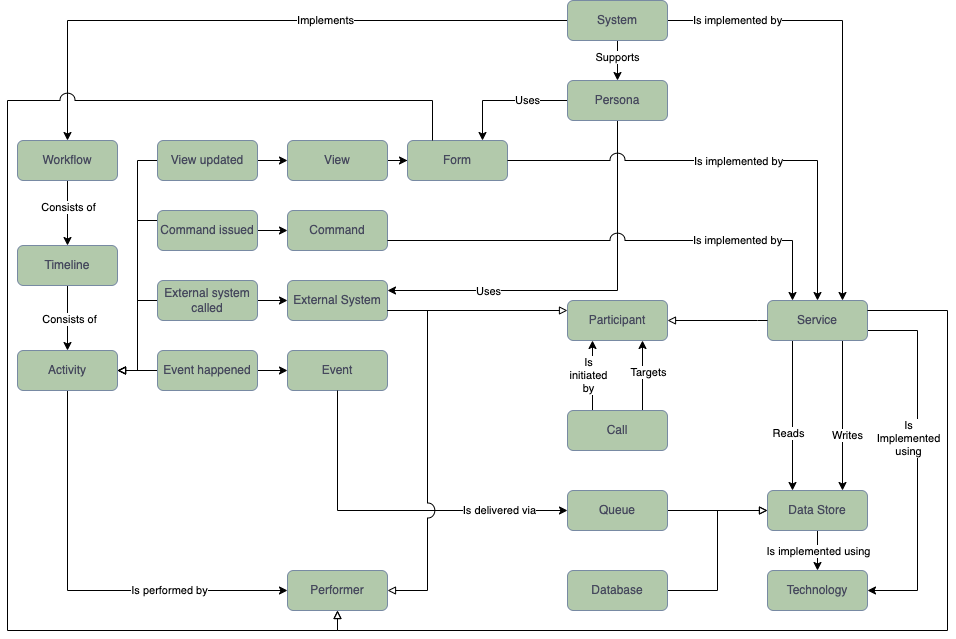
Above: model/model.png in RaySinnema/architecture-diagrams (draw.io), before the change. Source tidied: cells renumbered, new cells last; positions are measured from the earlier drawing's top-left corner, leaving out a move shared by most shapes.
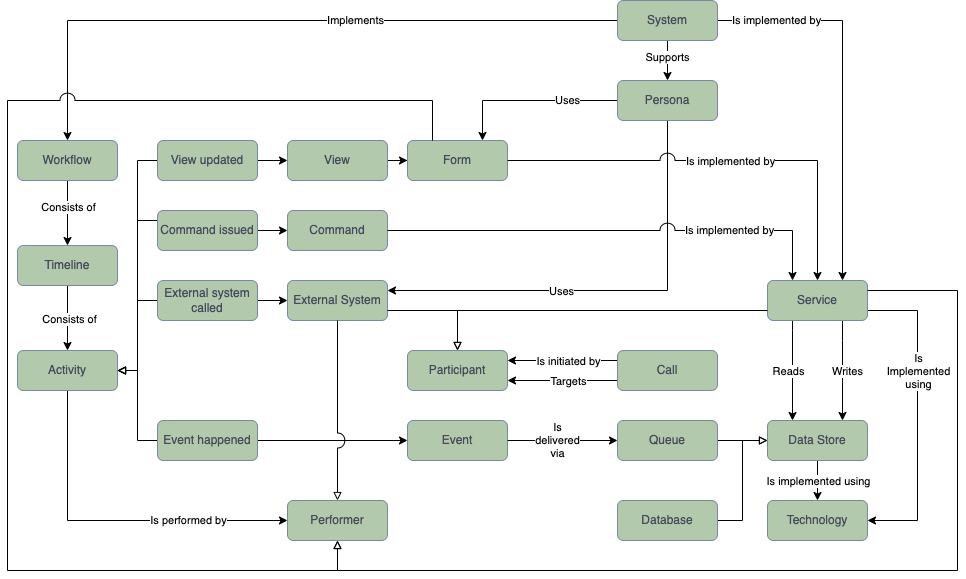
After the change.

Commit message:
Improve layout

Change to the diagram source:
```diff
@@ -33,7 +33,7 @@
       <mxGeometry x="-0.69" relative="1" as="geometry" />
     </mxCell>
     <mxCell id="9" value="System" style="whiteSpace=wrap;html=1;align=center;fillColor=#B2C9AB;strokeColor=#788AA3;fontColor=#46495D;rounded=1;" parent="1" vertex="1">
-      <mxGeometry x="560" width="100" height="40" as="geometry" />
+      <mxGeometry x="610" width="100" height="40" as="geometry" />
     </mxCell>
     <mxCell id="10" style="edgeStyle=orthogonalEdgeStyle;rounded=0;jettySize=auto;html=1;exitX=0.75;exitY=1;exitDx=0;exitDy=0;endArrow=classic;endFill=1;entryX=0.75;entryY=0;entryDx=0;entryDy=0;" parent="1" edge="1" source="16" target="60">
       <mxGeometry relative="1" as="geometry">
@@ -45,7 +45,7 @@
     </mxCell>
     <mxCell id="11" value="Writes" style="edgeLabel;html=1;align=center;verticalAlign=middle;" parent="10" vertex="1">
       <mxGeometry x="0.53" y="1" relative="1" as="geometry">
-        <mxPoint x="3" y="-21" as="offset" />
+        <mxPoint x="3" y="-27" as="offset" />
       </mxGeometry>
     </mxCell>
     <mxCell id="12" style="edgeStyle=orthogonalEdgeStyle;rounded=0;jettySize=auto;html=1;exitX=0.25;exitY=1;exitDx=0;exitDy=0;entryX=0.25;entryY=0;entryDx=0;entryDy=0;endArrow=classic;endFill=1;" parent="1" edge="1" source="16" target="60">
@@ -58,30 +58,30 @@
     </mxCell>
     <mxCell id="13" value="Reads" style="edgeLabel;html=1;align=center;verticalAlign=middle;" parent="12" vertex="1">
       <mxGeometry x="0.6" y="-1" relative="1" as="geometry">
-        <mxPoint x="-4" y="-24" as="offset" />
+        <mxPoint x="-4" y="-30" as="offset" />
       </mxGeometry>
     </mxCell>
     <mxCell id="14" style="edgeStyle=orthogonalEdgeStyle;rounded=0;jettySize=auto;html=1;exitX=1;exitY=0.75;exitDx=0;exitDy=0;entryX=1;entryY=0.5;entryDx=0;entryDy=0;endArrow=classic;endFill=1;" parent="1" edge="1" source="16" target="37">
       <mxGeometry relative="1" as="geometry">
         <Array as="points">
-          <mxPoint x="910" y="330" />
-          <mxPoint x="910" y="590" />
+          <mxPoint x="910" y="310" />
+          <mxPoint x="910" y="520" />
         </Array>
       </mxGeometry>
     </mxCell>
     <mxCell id="15" value="Is&lt;br&gt;Implemented&lt;br&gt;using" style="edgeLabel;html=1;align=center;verticalAlign=middle;" parent="14" vertex="1">
       <mxGeometry x="-0.16" y="2" relative="1" as="geometry">
-        <mxPoint x="-12" y="7" as="offset" />
+        <mxPoint x="-2" y="-20" as="offset" />
       </mxGeometry>
     </mxCell>
     <mxCell id="16" value="Service" style="whiteSpace=wrap;html=1;align=center;fillColor=#B2C9AB;strokeColor=#788AA3;fontColor=#46495D;rounded=1;" parent="1" vertex="1">
-      <mxGeometry x="760" y="300" width="100" height="40" as="geometry" />
+      <mxGeometry x="760" y="280" width="100" height="40" as="geometry" />
     </mxCell>
     <mxCell id="17" style="edgeStyle=orthogonalEdgeStyle;rounded=0;jumpStyle=arc;jumpSize=15;jettySize=auto;html=1;exitX=1;exitY=0.5;exitDx=0;exitDy=0;entryX=0;entryY=0.5;entryDx=0;entryDy=0;endArrow=block;endFill=0;" parent="1" edge="1" source="18" target="60">
       <mxGeometry relative="1" as="geometry" />
     </mxCell>
     <mxCell id="18" value="Queue" style="whiteSpace=wrap;html=1;align=center;fillColor=#B2C9AB;strokeColor=#788AA3;fontColor=#46495D;rounded=1;" parent="1" vertex="1">
-      <mxGeometry x="560" y="490" width="100" height="40" as="geometry" />
+      <mxGeometry x="610" y="420" width="100" height="40" as="geometry" />
     </mxCell>
     <mxCell id="19" style="edgeStyle=orthogonalEdgeStyle;rounded=0;jumpStyle=arc;jumpSize=15;jettySize=auto;html=1;exitX=0.5;exitY=1;exitDx=0;exitDy=0;entryX=0.5;entryY=0;entryDx=0;entryDy=0;endArrow=classic;endFill=1;" parent="1" edge="1" source="60" target="37">
       <mxGeometry relative="1" as="geometry" />
@@ -95,7 +95,7 @@
       <mxGeometry relative="1" as="geometry" />
     </mxCell>
     <mxCell id="22" value="Database" style="whiteSpace=wrap;html=1;align=center;fillColor=#B2C9AB;strokeColor=#788AA3;fontColor=#46495D;rounded=1;" parent="1" vertex="1">
-      <mxGeometry x="560" y="570" width="100" height="40" as="geometry" />
+      <mxGeometry x="610" y="500" width="100" height="40" as="geometry" />
     </mxCell>
     <mxCell id="23" style="edgeStyle=orthogonalEdgeStyle;rounded=0;jettySize=auto;html=1;exitX=0.5;exitY=1;exitDx=0;exitDy=0;" parent="1" edge="1" source="25" target="28">
       <mxGeometry relative="1" as="geometry" />
@@ -124,29 +124,29 @@
     <mxCell id="31" style="edgeStyle=orthogonalEdgeStyle;rounded=0;jettySize=auto;html=1;exitX=0.5;exitY=1;exitDx=0;exitDy=0;entryX=1;entryY=0.25;entryDx=0;entryDy=0;endArrow=classic;endFill=1;" parent="1" edge="1" source="34" target="35">
       <mxGeometry relative="1" as="geometry">
         <Array as="points">
-          <mxPoint x="610" y="290" />
+          <mxPoint x="660" y="290" />
         </Array>
       </mxGeometry>
     </mxCell>
     <mxCell id="32" value="Uses" style="edgeLabel;html=1;align=center;verticalAlign=middle;" parent="31" vertex="1">
       <mxGeometry x="-0.13" y="2" relative="1" as="geometry">
-        <mxPoint x="-126" y="-2" as="offset" />
+        <mxPoint x="-81" y="-2" as="offset" />
       </mxGeometry>
     </mxCell>
     <mxCell id="33" value="Uses" style="edgeStyle=orthogonalEdgeStyle;rounded=0;jettySize=auto;html=1;exitX=0;exitY=0.5;exitDx=0;exitDy=0;entryX=0.75;entryY=0;entryDx=0;entryDy=0;endArrow=classic;endFill=1;" parent="1" edge="1" source="34" target="5">
-      <mxGeometry x="-0.36" relative="1" as="geometry" />
+      <mxGeometry x="-0.43" relative="1" as="geometry" />
     </mxCell>
     <mxCell id="34" value="Persona" style="whiteSpace=wrap;html=1;align=center;fillColor=#B2C9AB;strokeColor=#788AA3;fontColor=#46495D;rounded=1;" parent="1" vertex="1">
-      <mxGeometry x="560" y="80" width="100" height="40" as="geometry" />
+      <mxGeometry x="610" y="80" width="100" height="40" as="geometry" />
     </mxCell>
     <mxCell id="35" value="External System" style="whiteSpace=wrap;html=1;align=center;fillColor=#B2C9AB;strokeColor=#788AA3;fontColor=#46495D;rounded=1;" parent="1" vertex="1">
       <mxGeometry x="280" y="280" width="100" height="40" as="geometry" />
     </mxCell>
     <mxCell id="36" value="Event" style="whiteSpace=wrap;html=1;align=center;fillColor=#B2C9AB;strokeColor=#788AA3;fontColor=#46495D;rounded=1;" parent="1" vertex="1">
-      <mxGeometry x="280" y="350" width="100" height="40" as="geometry" />
+      <mxGeometry x="400" y="420" width="100" height="40" as="geometry" />
     </mxCell>
     <mxCell id="37" value="Technology" style="whiteSpace=wrap;html=1;align=center;fillColor=#B2C9AB;strokeColor=#788AA3;fontColor=#46495D;rounded=1;" parent="1" vertex="1">
-      <mxGeometry x="760" y="570" width="100" height="40" as="geometry" />
+      <mxGeometry x="760" y="500" width="100" height="40" as="geometry" />
     </mxCell>
     <mxCell id="38" style="edgeStyle=orthogonalEdgeStyle;rounded=0;jettySize=auto;html=1;exitX=0;exitY=0.5;exitDx=0;exitDy=0;entryX=1;entryY=0.5;entryDx=0;entryDy=0;endArrow=block;endFill=0;" parent="1" edge="1" source="40" target="30">
       <mxGeometry relative="1" as="geometry" />
@@ -155,7 +155,7 @@
       <mxGeometry relative="1" as="geometry" />
     </mxCell>
     <mxCell id="40" value="Event happened" style="whiteSpace=wrap;html=1;align=center;fillColor=#B2C9AB;strokeColor=#788AA3;fontColor=#46495D;rounded=1;" parent="1" vertex="1">
-      <mxGeometry x="150" y="350" width="100" height="40" as="geometry" />
+      <mxGeometry x="150" y="420" width="100" height="40" as="geometry" />
     </mxCell>
     <mxCell id="41" style="edgeStyle=orthogonalEdgeStyle;rounded=0;jettySize=auto;html=1;exitX=0;exitY=0.5;exitDx=0;exitDy=0;entryX=1;entryY=0.5;entryDx=0;entryDy=0;endArrow=block;endFill=0;" parent="1" edge="1" source="43" target="30">
       <mxGeometry relative="1" as="geometry" />
@@ -191,44 +191,43 @@
       <mxGeometry x="150" y="280" width="100" height="40" as="geometry" />
     </mxCell>
     <mxCell id="50" value="Performer" style="whiteSpace=wrap;html=1;align=center;fillColor=#B2C9AB;strokeColor=#788AA3;fontColor=#46495D;rounded=1;" parent="1" vertex="1">
-      <mxGeometry x="280" y="570" width="100" height="40" as="geometry" />
+      <mxGeometry x="280" y="500" width="100" height="40" as="geometry" />
     </mxCell>
-    <mxCell id="51" style="edgeStyle=orthogonalEdgeStyle;rounded=0;jumpStyle=arc;jumpSize=15;jettySize=auto;html=1;exitX=0.25;exitY=0;exitDx=0;exitDy=0;entryX=0.25;entryY=1;entryDx=0;entryDy=0;endArrow=classic;endFill=1;" parent="1" edge="1" source="55" target="56">
+    <mxCell id="51" style="edgeStyle=orthogonalEdgeStyle;rounded=0;jumpStyle=arc;jumpSize=15;jettySize=auto;html=1;exitX=0;exitY=0.25;exitDx=0;exitDy=0;entryX=1;entryY=0.25;entryDx=0;entryDy=0;endArrow=classic;endFill=1;" parent="1" edge="1" source="55" target="56">
       <mxGeometry relative="1" as="geometry" />
     </mxCell>
-    <mxCell id="52" value="Is&lt;br&gt;initiated&lt;br&gt;by" style="edgeLabel;html=1;align=center;verticalAlign=middle;" parent="51" vertex="1">
+    <mxCell id="52" value="Is initiated by" style="edgeLabel;html=1;align=center;verticalAlign=middle;" parent="51" vertex="1">
       <mxGeometry x="0.2" y="1" relative="1" as="geometry">
-        <mxPoint x="-4" y="6" as="offset" />
+        <mxPoint x="16" y="-1" as="offset" />
       </mxGeometry>
     </mxCell>
-    <mxCell id="53" style="edgeStyle=orthogonalEdgeStyle;rounded=0;jumpStyle=arc;jumpSize=15;jettySize=auto;html=1;exitX=0.75;exitY=0;exitDx=0;exitDy=0;entryX=0.75;entryY=1;entryDx=0;entryDy=0;endArrow=classic;endFill=1;" parent="1" edge="1" source="55" target="56">
+    <mxCell id="53" style="edgeStyle=orthogonalEdgeStyle;rounded=0;jumpStyle=arc;jumpSize=15;jettySize=auto;html=1;exitX=0;exitY=0.75;exitDx=0;exitDy=0;entryX=1;entryY=0.75;entryDx=0;entryDy=0;endArrow=classic;endFill=1;" parent="1" edge="1" source="55" target="56">
       <mxGeometry relative="1" as="geometry" />
     </mxCell>
     <mxCell id="54" value="Targets" style="edgeLabel;html=1;align=center;verticalAlign=middle;" parent="53" vertex="1">
       <mxGeometry x="0.05" y="2" relative="1" as="geometry">
-        <mxPoint x="7" y="-2" as="offset" />
+        <mxPoint x="8" y="-2" as="offset" />
       </mxGeometry>
     </mxCell>
     <mxCell id="55" value="Call" style="whiteSpace=wrap;html=1;align=center;fillColor=#B2C9AB;strokeColor=#788AA3;fontColor=#46495D;rounded=1;" parent="1" vertex="1">
-      <mxGeometry x="560" y="410" width="100" height="40" as="geometry" />
+      <mxGeometry x="610" y="350" width="100" height="40" as="geometry" />
     </mxCell>
     <mxCell id="56" value="Participant&lt;br&gt;" style="whiteSpace=wrap;html=1;align=center;fillColor=#B2C9AB;strokeColor=#788AA3;fontColor=#46495D;rounded=1;" parent="1" vertex="1">
-      <mxGeometry x="560" y="300" width="100" height="40" as="geometry" />
+      <mxGeometry x="400" y="350" width="100" height="40" as="geometry" />
     </mxCell>
-    <mxCell id="57" style="edgeStyle=orthogonalEdgeStyle;rounded=0;jettySize=auto;html=1;entryX=1;entryY=0.5;entryDx=0;entryDy=0;endArrow=block;endFill=0;exitX=0;exitY=0.5;exitDx=0;exitDy=0;" parent="1" edge="1" source="16" target="56">
+    <mxCell id="57" style="edgeStyle=orthogonalEdgeStyle;rounded=0;jettySize=auto;html=1;endArrow=block;endFill=0;exitX=0;exitY=0.75;exitDx=0;exitDy=0;entryX=0.5;entryY=0;entryDx=0;entryDy=0;" parent="1" edge="1" source="16" target="56">
       <mxGeometry relative="1" as="geometry">
         <Array as="points">
-          <mxPoint x="750" y="320" />
-          <mxPoint x="750" y="320" />
+          <mxPoint x="450" y="310" />
         </Array>
       </mxGeometry>
     </mxCell>
     <mxCell id="58" style="edgeStyle=orthogonalEdgeStyle;rounded=0;jettySize=auto;html=1;exitX=1;exitY=0.25;exitDx=0;exitDy=0;endArrow=block;endFill=0;jumpStyle=arc;jumpSize=15;entryX=0.5;entryY=1;entryDx=0;entryDy=0;" parent="1" edge="1" source="16" target="50">
       <mxGeometry relative="1" as="geometry">
         <Array as="points">
-          <mxPoint x="940" y="310" />
-          <mxPoint x="940" y="630" />
-          <mxPoint x="330" y="630" />
+          <mxPoint x="950" y="290" />
+          <mxPoint x="950" y="570" />
+          <mxPoint x="330" y="570" />
         </Array>
       </mxGeometry>
     </mxCell>
@@ -237,36 +236,41 @@
         <Array as="points">
           <mxPoint x="425" y="100" />
           <mxPoint y="100" />
-          <mxPoint y="630" />
-          <mxPoint x="330" y="630" />
+          <mxPoint y="570" />
+          <mxPoint x="330" y="570" />
         </Array>
       </mxGeometry>
     </mxCell>
     <mxCell id="60" value="Data Store" style="whiteSpace=wrap;html=1;align=center;fillColor=#B2C9AB;strokeColor=#788AA3;fontColor=#46495D;rounded=1;" parent="1" vertex="1">
-      <mxGeometry x="760" y="490" width="100" height="40" as="geometry" />
+      <mxGeometry x="760" y="420" width="100" height="40" as="geometry" />
     </mxCell>
-    <mxCell id="61" value="Is delivered via" style="edgeStyle=orthogonalEdgeStyle;rounded=0;jumpStyle=arc;jumpSize=15;jettySize=auto;html=1;exitX=0.5;exitY=1;exitDx=0;exitDy=0;entryX=0;entryY=0.5;entryDx=0;entryDy=0;endArrow=classic;endFill=1;" parent="1" edge="1" source="36" target="18">
-      <mxGeometry x="0.61" relative="1" as="geometry">
+    <mxCell id="61" value="Is&lt;br&gt;delivered&lt;br&gt;via" style="edgeStyle=orthogonalEdgeStyle;rounded=0;jumpStyle=arc;jumpSize=15;jettySize=auto;html=1;exitX=1;exitY=0.5;exitDx=0;exitDy=0;entryX=0;entryY=0.5;entryDx=0;entryDy=0;endArrow=classic;endFill=1;" parent="1" edge="1" source="36" target="18">
+      <mxGeometry x="-0.09" relative="1" as="geometry">
         <Array as="points">
-          <mxPoint x="330" y="510" />
+          <mxPoint x="540" y="440" />
+          <mxPoint x="540" y="440" />
         </Array>
       </mxGeometry>
     </mxCell>
-    <mxCell id="62" style="edgeStyle=orthogonalEdgeStyle;rounded=0;jettySize=auto;html=1;exitX=1;exitY=0.75;exitDx=0;exitDy=0;entryX=1;entryY=0.5;entryDx=0;entryDy=0;endArrow=block;endFill=0;jumpStyle=arc;jumpSize=15;" parent="1" edge="1" source="35" target="50">
+    <mxCell id="62" style="edgeStyle=orthogonalEdgeStyle;rounded=0;jettySize=auto;html=1;exitX=0.5;exitY=1;exitDx=0;exitDy=0;entryX=0.5;entryY=0;entryDx=0;entryDy=0;endArrow=block;endFill=0;jumpStyle=arc;jumpSize=15;" parent="1" edge="1" source="35" target="50">
       <mxGeometry relative="1" as="geometry">
         <Array as="points">
-          <mxPoint x="420" y="310" />
-          <mxPoint x="420" y="590" />
+          <mxPoint x="330" y="370" />
+          <mxPoint x="330" y="370" />
         </Array>
       </mxGeometry>
     </mxCell>
-    <mxCell id="63" style="edgeStyle=orthogonalEdgeStyle;rounded=0;jettySize=auto;html=1;endArrow=block;endFill=0;jumpStyle=arc;jumpSize=15;exitX=1;exitY=0.75;exitDx=0;exitDy=0;entryX=0;entryY=0.25;entryDx=0;entryDy=0;" parent="1" edge="1" source="35" target="56">
-      <mxGeometry relative="1" as="geometry" />
+    <mxCell id="63" style="edgeStyle=orthogonalEdgeStyle;rounded=0;jettySize=auto;html=1;endArrow=block;endFill=0;jumpStyle=arc;jumpSize=15;exitX=1;exitY=0.75;exitDx=0;exitDy=0;entryX=0.5;entryY=0;entryDx=0;entryDy=0;" parent="1" edge="1" source="35" target="56">
+      <mxGeometry relative="1" as="geometry">
+        <Array as="points">
+          <mxPoint x="450" y="310" />
+        </Array>
+      </mxGeometry>
     </mxCell>
-    <mxCell id="64" value="Is implemented by" style="edgeStyle=orthogonalEdgeStyle;rounded=0;jettySize=auto;html=1;exitX=1;exitY=0.75;exitDx=0;exitDy=0;entryX=0.25;entryY=0;entryDx=0;entryDy=0;endArrow=classic;endFill=1;jumpStyle=arc;jumpSize=15;" parent="1" edge="1" source="2" target="16">
+    <mxCell id="64" value="Is implemented by" style="edgeStyle=orthogonalEdgeStyle;rounded=0;jettySize=auto;html=1;exitX=1;exitY=0.5;exitDx=0;exitDy=0;entryX=0.25;entryY=0;entryDx=0;entryDy=0;endArrow=classic;endFill=1;jumpStyle=arc;jumpSize=15;" parent="1" edge="1" source="2" target="16">
       <mxGeometry x="0.51" relative="1" as="geometry">
         <Array as="points">
-          <mxPoint x="785" y="240" />
+          <mxPoint x="785" y="230" />
         </Array>
       </mxGeometry>
     </mxCell>
```
